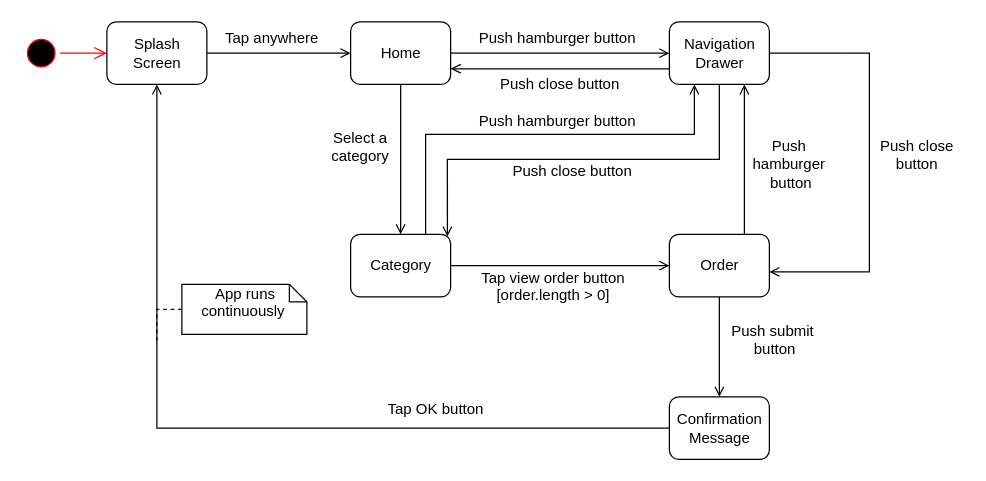
Above: StateChartDiagram.drawio in matthew-e-brown/COIS-2240H-FinalProject (draw.io), before the change. Source tidied: cells renumbered, new cells numbered last; positions are measured from the earlier drawing's top-left corner, leaving out a move shared by most shapes. Both pictures are drawn from the tidied source at 125%, with x=0, y=0 at pixel (21, 21).
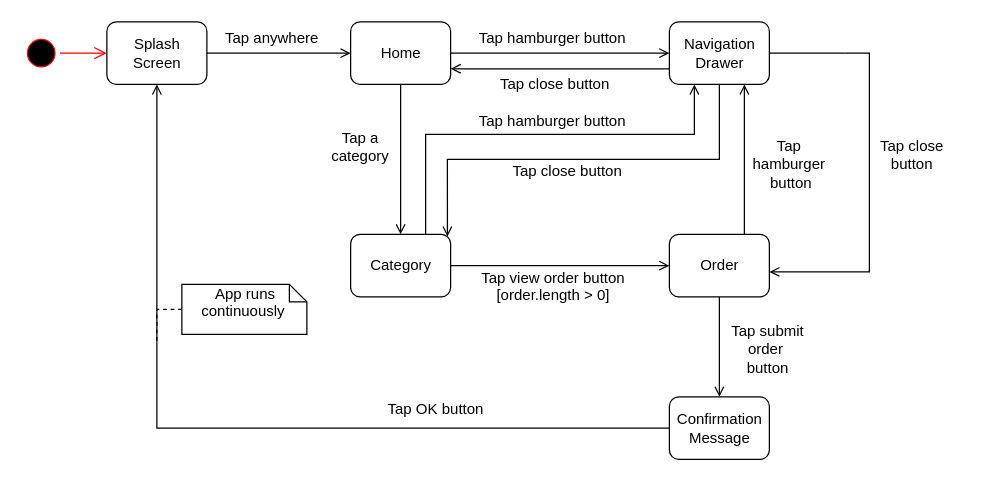
The same page after the edit.

Commit message (it also covers changes not shown here):
Finish State Chart Diagram

- Reword "push" to "tap" since our program is an iPad app
- Export to PNG for inclusion in report

The edit, as a diff of the source:
```diff
@@
-    <mxCell id="23" value="Push hamburger button" style="text;html=1;align=left;verticalAlign=top;spacingTop=-4;" parent="1" vertex="1">
-      <mxGeometry x="364" y="3" width="140" height="20" as="geometry" />
+    <mxCell id="23" value="Tap hamburger button" style="text;html=1;align=left;verticalAlign=top;spacingTop=-4;" parent="1" vertex="1">
+      <mxGeometry x="364" y="3" width="130" height="20" as="geometry" />
     </mxCell>
-    <mxCell id="24" value="Select a category" style="text;html=1;strokeColor=none;fillColor=none;align=center;verticalAlign=middle;whiteSpace=wrap;rounded=0;" parent="1" vertex="1">
+    <mxCell id="24" value="Tap a category" style="text;html=1;strokeColor=none;fillColor=none;align=center;verticalAlign=middle;whiteSpace=wrap;rounded=0;" parent="1" vertex="1">
       <mxGeometry x="250.5" y="90" width="40" height="20" as="geometry" />
     </mxCell>
-    <mxCell id="25" value="Push hamburger button" style="text;html=1;align=left;verticalAlign=top;spacingTop=-4;" parent="1" vertex="1">
-      <mxGeometry x="364" y="70" width="140" height="20" as="geometry" />
+    <mxCell id="25" value="Tap hamburger button" style="text;html=1;align=left;verticalAlign=top;spacingTop=-4;" parent="1" vertex="1">
+      <mxGeometry x="364" y="70" width="130" height="20" as="geometry" />
     </mxCell>
-    <mxCell id="26" value="&lt;div style=&quot;text-align: center&quot;&gt;&lt;span&gt;Push&amp;nbsp;&lt;/span&gt;&lt;/div&gt;&lt;div style=&quot;text-align: center&quot;&gt;&lt;span&gt;hamburger&amp;nbsp;&lt;/span&gt;&lt;/div&gt;&lt;div style=&quot;text-align: center&quot;&gt;&lt;span&gt;button&lt;/span&gt;&lt;/div&gt;" style="text;html=1;align=left;verticalAlign=top;spacingTop=-4;" parent="1" vertex="1">
+    <mxCell id="26" value="&lt;div style=&quot;text-align: center&quot;&gt;&lt;span&gt;Tap&amp;nbsp;&lt;/span&gt;&lt;/div&gt;&lt;div style=&quot;text-align: center&quot;&gt;&lt;span&gt;hamburger&amp;nbsp;&lt;/span&gt;&lt;/div&gt;&lt;div style=&quot;text-align: center&quot;&gt;&lt;span&gt;button&lt;/span&gt;&lt;/div&gt;" style="text;html=1;align=left;verticalAlign=top;spacingTop=-4;" parent="1" vertex="1">
       <mxGeometry x="583" y="90" width="80" height="40" as="geometry" />
     </mxCell>
-    <mxCell id="27" value="&lt;div style=&quot;text-align: center&quot;&gt;&lt;span&gt;Push&amp;nbsp;&lt;/span&gt;&lt;span&gt;submit&amp;nbsp;&lt;/span&gt;&lt;/div&gt;&lt;div style=&quot;text-align: center&quot;&gt;&lt;span&gt;button&lt;/span&gt;&lt;/div&gt;" style="text;html=1;align=left;verticalAlign=top;spacingTop=-4;" parent="1" vertex="1">
-      <mxGeometry x="566" y="238" width="80" height="30" as="geometry" />
+    <mxCell id="27" value="&lt;div style=&quot;text-align: center&quot;&gt;&lt;span&gt;Tap&amp;nbsp;&lt;/span&gt;&lt;span&gt;submit&lt;/span&gt;&lt;/div&gt;&lt;div style=&quot;text-align: center&quot;&gt;&lt;span&gt;order&amp;nbsp;&lt;/span&gt;&lt;/div&gt;&lt;div style=&quot;text-align: center&quot;&gt;&lt;span&gt;button&lt;/span&gt;&lt;/div&gt;" style="text;html=1;align=left;verticalAlign=top;spacingTop=-4;" parent="1" vertex="1">
+      <mxGeometry x="566" y="238" width="70" height="40" as="geometry" />
     </mxCell>
@@
-    <mxCell id="32" value="Push close button" style="text;html=1;align=left;verticalAlign=top;spacingTop=-4;" parent="1" vertex="1">
-      <mxGeometry x="380.5" y="40" width="110" height="20" as="geometry" />
+    <mxCell id="32" value="Tap close button" style="text;html=1;align=left;verticalAlign=top;spacingTop=-4;" parent="1" vertex="1">
+      <mxGeometry x="380.5" y="40" width="100" height="20" as="geometry" />
     </mxCell>
-    <mxCell id="33" value="&lt;div style=&quot;text-align: center&quot;&gt;&lt;span&gt;Push c&lt;/span&gt;&lt;span&gt;lose&lt;/span&gt;&lt;/div&gt;&lt;div style=&quot;text-align: center&quot;&gt;&lt;span&gt;button&lt;/span&gt;&lt;/div&gt;" style="text;html=1;align=left;verticalAlign=top;spacingTop=-4;" parent="1" vertex="1">
+    <mxCell id="33" value="&lt;div style=&quot;text-align: center&quot;&gt;&lt;span&gt;Tap c&lt;/span&gt;&lt;span&gt;lose&lt;/span&gt;&lt;/div&gt;&lt;div style=&quot;text-align: center&quot;&gt;&lt;span&gt;button&lt;/span&gt;&lt;/div&gt;" style="text;html=1;align=left;verticalAlign=top;spacingTop=-4;" parent="1" vertex="1">
       <mxGeometry x="685" y="90" width="70" height="30" as="geometry" />
     </mxCell>
-    <mxCell id="34" value="Push close button" style="text;html=1;align=left;verticalAlign=top;spacingTop=-4;" parent="1" vertex="1">
-      <mxGeometry x="390.5" y="110" width="110" height="20" as="geometry" />
+    <mxCell id="34" value="Tap close button" style="text;html=1;align=left;verticalAlign=top;spacingTop=-4;" parent="1" vertex="1">
+      <mxGeometry x="390.5" y="110" width="100" height="20" as="geometry" />
     </mxCell>
```
